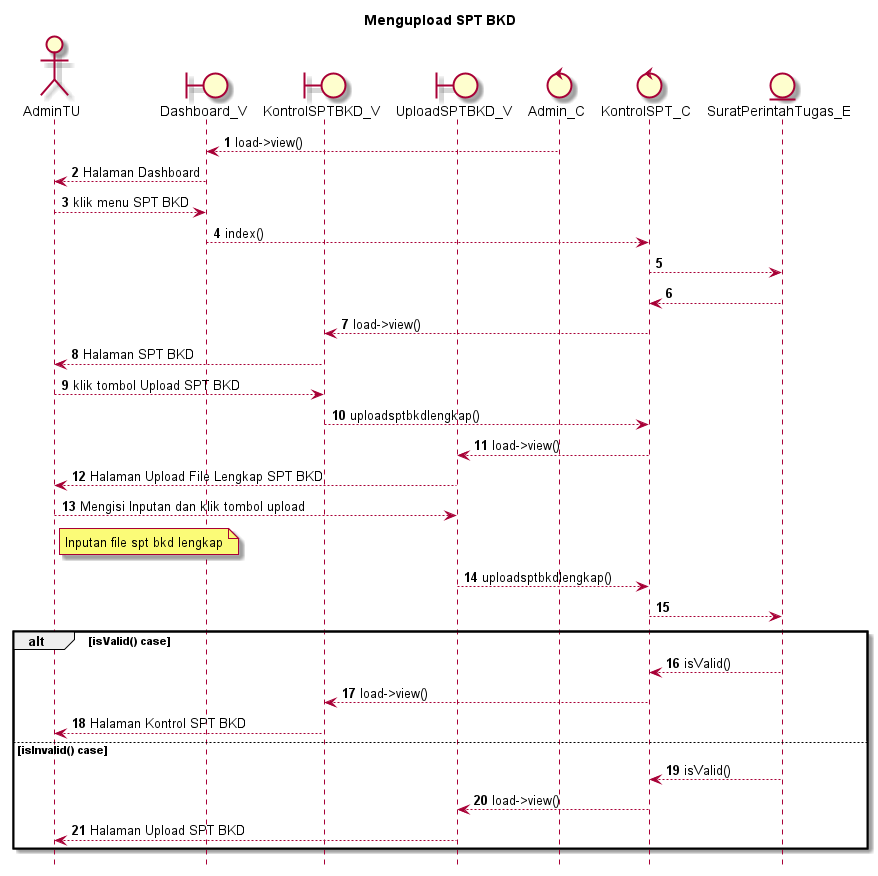
This is SELAIN SISTEM/UML/SEQUENCE/out/admin tu/AA_SUDAH/UploadSPTBKD/Mengupload SPT BKD.png from kurniado729/sistem_kp, a PlantUML export, as it was before one commit.
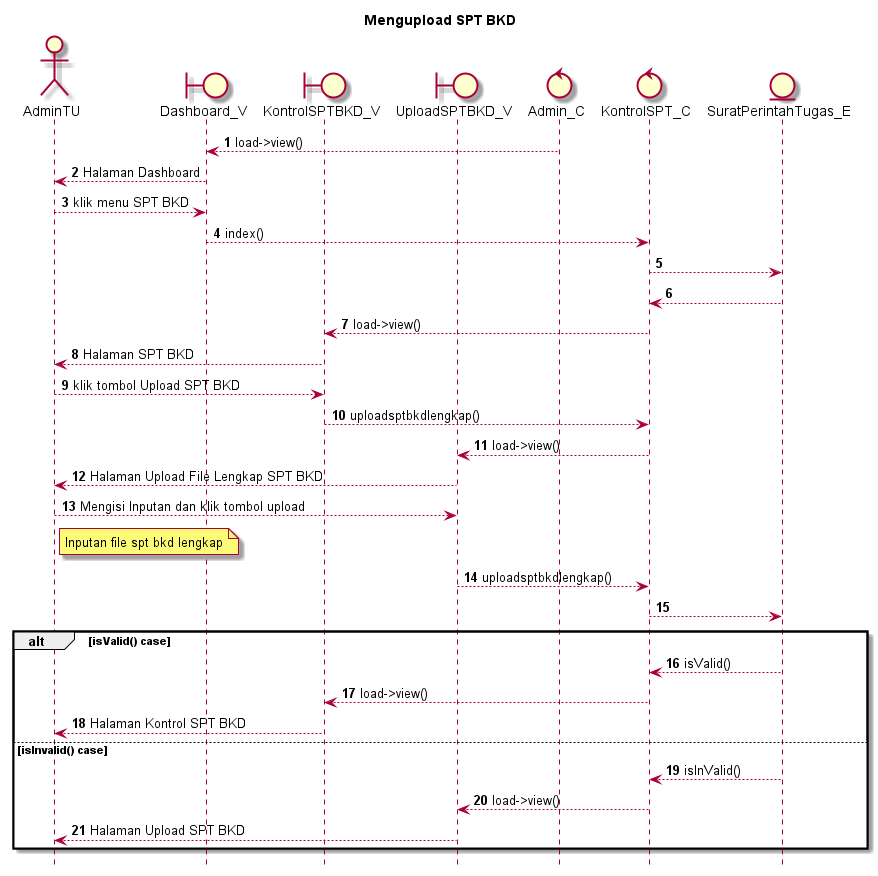
The same file after the commit.

The edit, as a diff of the source:
```diff
@@ -42,7 +42,7 @@
 
 else isInvalid() case
 
-    SuratPerintahTugas_E --> KontrolSPT_C: isValid()
+    SuratPerintahTugas_E --> KontrolSPT_C: isInValid()
     KontrolSPT_C --> UploadSPTBKD_V: load->view()
     UploadSPTBKD_V --> AdminTU: Halaman Upload SPT BKD
 end
```
